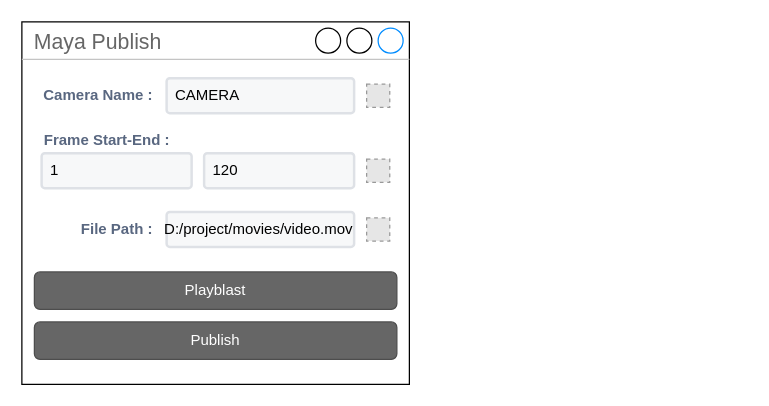
Earlier version of the draw.io diagram media_publish_workfrow.drawio (burasate/diagrams). Source tidied: cells renumbered, new cells numbered last; positions are measured from the earlier drawing's top-left corner, leaving out a move shared by most shapes. Both pictures are drawn from the tidied source at 125%, with x=0, y=0 at pixel (21, 21). Pictures stored in the file or linked from it are replaced by grey dashed boxes.
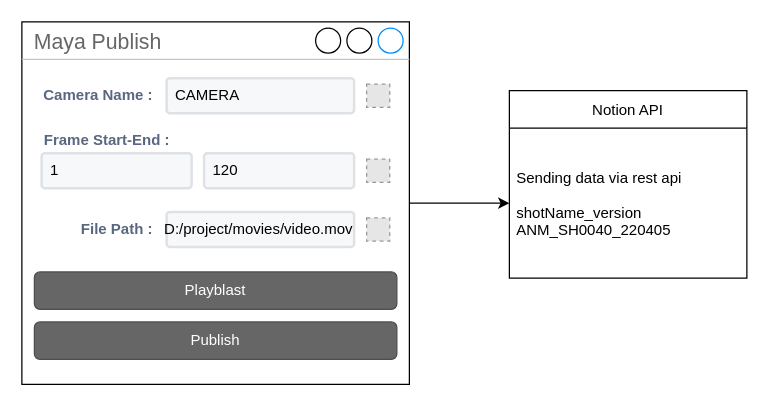
After the change.

Unchanged cells that the change refers to:
```xml
<mxCell id="2" value="Maya Publish" style="strokeWidth=1;shadow=0;dashed=0;align=center;html=1;shape=mxgraph.mockup.containers.window;align=left;verticalAlign=top;spacingLeft=8;strokeColor2=#008cff;strokeColor3=#c4c4c4;fontColor=#666666;mainText=;fontSize=17;labelBackgroundColor=none;" parent="1" vertex="1">
  <mxGeometry width="310" height="290" as="geometry" />
</mxCell>
```

Diff of the diagram source:
```diff
@@
+    <mxCell id="18" style="edgeStyle=orthogonalEdgeStyle;rounded=0;jettySize=auto;html=1;fontSize=12;" parent="1" edge="1" source="2" target="20">
+      <mxGeometry relative="1" as="geometry" />
+    </mxCell>
@@
+    <mxCell id="19" value="Notion API" style="swimlane;fontStyle=0;horizontal=1;startSize=30;fontSize=12;" parent="1" vertex="1">
+      <mxGeometry x="390" y="55" width="190" height="150" as="geometry" />
+    </mxCell>
+    <mxCell id="20" value="Sending data via rest api&#10;&#10;shotName_version&#10;ANM_SH0040_220405" style="text;strokeColor=none;fillColor=none;align=left;verticalAlign=middle;spacingLeft=4;spacingRight=4;overflow=hidden;points=[[0,0.5],[1,0.5]];portConstraint=eastwest;fontSize=12;" parent="19" vertex="1">
+      <mxGeometry y="30" width="190" height="120" as="geometry" />
+    </mxCell>
```
